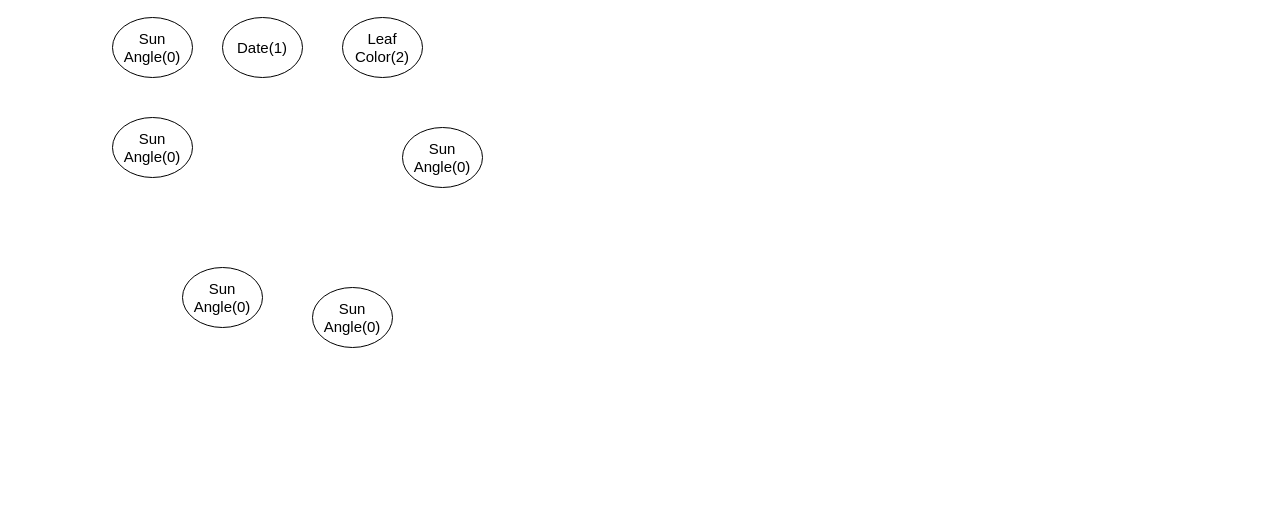
This is prior.drawio from Artemisssm/wscm_vae, a draw.io file, before an edit. Source tidied: cells renumbered, new cells numbered last; positions are measured from the earlier drawing's top-left corner, leaving out a move shared by most shapes. Both pictures are drawn from the tidied source at 100%, with x=0, y=0 at pixel (112, 17).
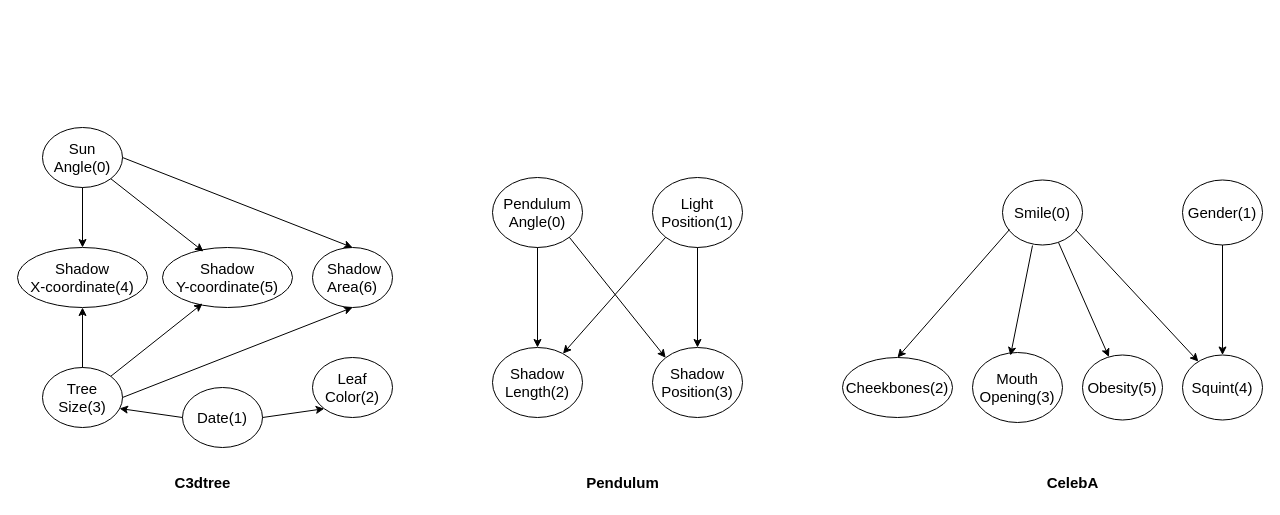
The same diagram, later.

Diff of the diagram source:
```diff
@@
     <mxCell id="2" value="Date(1)" style="ellipse;whiteSpace=wrap;html=1;fontSize=15;" parent="1" vertex="1">
-      <mxGeometry x="110" width="80" height="60" as="geometry" />
+      <mxGeometry x="70" y="370" width="80" height="60" as="geometry" />
     </mxCell>
     <mxCell id="3" value="Sun Angle(0)" style="ellipse;whiteSpace=wrap;html=1;fontSize=15;" parent="1" vertex="1">
-      <mxGeometry width="80" height="60" as="geometry" />
+      <mxGeometry x="-70" y="110" width="80" height="60" as="geometry" />
     </mxCell>
     <mxCell id="4" value="Leaf Color(2)" style="ellipse;whiteSpace=wrap;html=1;fontSize=15;" parent="1" vertex="1">
-      <mxGeometry x="230" width="80" height="60" as="geometry" />
+      <mxGeometry x="200" y="340" width="80" height="60" as="geometry" />
     </mxCell>
-    <mxCell id="5" value="Sun Angle(0)" style="ellipse;whiteSpace=wrap;html=1;fontSize=15;" parent="1" vertex="1">
-      <mxGeometry x="70" y="250" width="80" height="60" as="geometry" />
-    </mxCell>
-    <mxCell id="6" value="Sun Angle(0)" style="ellipse;whiteSpace=wrap;html=1;fontSize=15;" parent="1" vertex="1">
-      <mxGeometry x="290" y="110" width="80" height="60" as="geometry" />
+    <mxCell id="6" value="&lt;div&gt;Shadow&lt;/div&gt;X-coordinate(4)" style="ellipse;whiteSpace=wrap;html=1;fontSize=15;" parent="1" vertex="1">
+      <mxGeometry x="-95" y="230" width="130" height="60" as="geometry" />
     </mxCell>
-    <mxCell id="7" value="Sun Angle(0)" style="ellipse;whiteSpace=wrap;html=1;fontSize=15;" parent="1" vertex="1">
-      <mxGeometry x="200" y="270" width="80" height="60" as="geometry" />
+    <mxCell id="7" value="&amp;nbsp;Shadow Area(6)" style="ellipse;whiteSpace=wrap;html=1;fontSize=15;" parent="1" vertex="1">
+      <mxGeometry x="200" y="230" width="80" height="60" as="geometry" />
     </mxCell>
-    <mxCell id="8" value="Sun Angle(0)" style="ellipse;whiteSpace=wrap;html=1;fontSize=15;" parent="1" vertex="1">
-      <mxGeometry y="100" width="80" height="60" as="geometry" />
+    <mxCell id="8" value="&lt;div&gt;Tree&lt;/div&gt;Size(3)" style="ellipse;whiteSpace=wrap;html=1;fontSize=15;" parent="1" vertex="1">
+      <mxGeometry x="-70" y="350" width="80" height="60" as="geometry" />
     </mxCell>
+    <mxCell id="9" value="&lt;div&gt;Shadow&lt;/div&gt;Y-coordinate(5)" style="ellipse;whiteSpace=wrap;html=1;fontSize=15;" parent="1" vertex="1">
+      <mxGeometry x="50" y="230" width="130" height="60" as="geometry" />
+    </mxCell>
+    <mxCell id="10" style="endArrow=classic;html=1;rounded=0;exitX=0.5;exitY=1;exitDx=0;exitDy=0;entryX=0.5;entryY=0;entryDx=0;entryDy=0;" parent="1" edge="1" source="3" target="6">
+      <mxGeometry relative="1" as="geometry" />
+    </mxCell>
+    <mxCell id="11" style="endArrow=classic;html=1;rounded=0;exitX=1;exitY=1;exitDx=0;exitDy=0;entryX=0.315;entryY=0.067;entryDx=0;entryDy=0;entryPerimeter=0;" parent="1" edge="1" source="3" target="9">
+      <mxGeometry relative="1" as="geometry" />
+    </mxCell>
+    <mxCell id="12" style="endArrow=classic;html=1;rounded=0;exitX=1;exitY=0.5;exitDx=0;exitDy=0;entryX=0.5;entryY=0;entryDx=0;entryDy=0;" parent="1" edge="1" source="3" target="7">
+      <mxGeometry relative="1" as="geometry" />
+    </mxCell>
+    <mxCell id="13" style="endArrow=classic;html=1;rounded=0;exitX=0.5;exitY=0;exitDx=0;exitDy=0;entryX=0.5;entryY=1;entryDx=0;entryDy=0;" parent="1" edge="1" source="8" target="6">
+      <mxGeometry relative="1" as="geometry" />
+    </mxCell>
+    <mxCell id="14" style="endArrow=classic;html=1;rounded=0;exitX=1;exitY=0;exitDx=0;exitDy=0;entryX=0.308;entryY=0.933;entryDx=0;entryDy=0;entryPerimeter=0;" parent="1" edge="1" source="8" target="9">
+      <mxGeometry relative="1" as="geometry" />
+    </mxCell>
+    <mxCell id="15" style="endArrow=classic;html=1;rounded=0;exitX=1;exitY=0.5;exitDx=0;exitDy=0;entryX=0.5;entryY=1;entryDx=0;entryDy=0;" parent="1" edge="1" source="8" target="7">
+      <mxGeometry relative="1" as="geometry" />
+    </mxCell>
+    <mxCell id="16" style="endArrow=classic;html=1;rounded=0;exitX=0;exitY=0.5;exitDx=0;exitDy=0;entryX=0.963;entryY=0.683;entryDx=0;entryDy=0;entryPerimeter=0;" parent="1" edge="1" source="2" target="8">
+      <mxGeometry relative="1" as="geometry" />
+    </mxCell>
+    <mxCell id="17" style="endArrow=classic;html=1;rounded=0;exitX=1;exitY=0.5;exitDx=0;exitDy=0;entryX=0;entryY=1;entryDx=0;entryDy=0;" parent="1" edge="1" source="2" target="4">
+      <mxGeometry relative="1" as="geometry" />
+    </mxCell>
+    <mxCell id="18" value="Pendulum Angle(0)" style="ellipse;whiteSpace=wrap;html=1;fontSize=15;" parent="1" vertex="1">
+      <mxGeometry x="380" y="160" width="90" height="70" as="geometry" />
+    </mxCell>
+    <mxCell id="19" value="Shadow Position(3)" style="ellipse;whiteSpace=wrap;html=1;fontSize=15;" parent="1" vertex="1">
+      <mxGeometry x="540" y="330" width="90" height="70" as="geometry" />
+    </mxCell>
+    <mxCell id="20" value="&lt;div&gt;Light &lt;span style=&quot;background-color: initial;&quot;&gt;Position(1)&lt;/span&gt;&lt;/div&gt;" style="ellipse;whiteSpace=wrap;html=1;fontSize=15;" parent="1" vertex="1">
+      <mxGeometry x="540" y="160" width="90" height="70" as="geometry" />
+    </mxCell>
+    <mxCell id="21" value="Shadow Length(2)" style="ellipse;whiteSpace=wrap;html=1;fontSize=15;" parent="1" vertex="1">
+      <mxGeometry x="380" y="330" width="90" height="70" as="geometry" />
+    </mxCell>
+    <mxCell id="22" style="endArrow=classic;html=1;rounded=0;exitX=0.5;exitY=1;exitDx=0;exitDy=0;entryX=0.5;entryY=0;entryDx=0;entryDy=0;" parent="1" edge="1" source="18" target="21">
+      <mxGeometry relative="1" as="geometry" />
+    </mxCell>
+    <mxCell id="23" style="endArrow=classic;html=1;rounded=0;exitX=1;exitY=1;exitDx=0;exitDy=0;entryX=0;entryY=0;entryDx=0;entryDy=0;" parent="1" edge="1" source="18" target="19">
+      <mxGeometry relative="1" as="geometry" />
+    </mxCell>
+    <mxCell id="24" style="endArrow=classic;html=1;rounded=0;exitX=0;exitY=1;exitDx=0;exitDy=0;" parent="1" edge="1" source="20" target="21">
+      <mxGeometry relative="1" as="geometry" />
+    </mxCell>
+    <mxCell id="25" style="endArrow=classic;html=1;rounded=0;exitX=0.5;exitY=1;exitDx=0;exitDy=0;entryX=0.5;entryY=0;entryDx=0;entryDy=0;" parent="1" edge="1" source="20" target="19">
+      <mxGeometry relative="1" as="geometry" />
+    </mxCell>
+    <mxCell id="26" value="Smile(0)" style="ellipse;whiteSpace=wrap;html=1;fontSize=15;" parent="1" vertex="1">
+      <mxGeometry x="890" y="162.5" width="80" height="65" as="geometry" />
+    </mxCell>
+    <mxCell id="27" value="Obesity(5)" style="ellipse;whiteSpace=wrap;html=1;fontSize=15;" parent="1" vertex="1">
+      <mxGeometry x="970" y="337.5" width="80" height="65" as="geometry" />
+    </mxCell>
+    <mxCell id="28" value="Gender(1)" style="ellipse;whiteSpace=wrap;html=1;fontSize=15;" parent="1" vertex="1">
+      <mxGeometry x="1070" y="162.5" width="80" height="65" as="geometry" />
+    </mxCell>
+    <mxCell id="29" value="Squint(4)" style="ellipse;whiteSpace=wrap;html=1;fontSize=15;" parent="1" vertex="1">
+      <mxGeometry x="1070" y="337.5" width="80" height="65" as="geometry" />
+    </mxCell>
+    <mxCell id="30" value="Cheekbones(2)" style="ellipse;whiteSpace=wrap;html=1;fontSize=15;" parent="1" vertex="1">
+      <mxGeometry x="730" y="340" width="110" height="60" as="geometry" />
+    </mxCell>
+    <mxCell id="31" value="Mouth Opening(3)" style="ellipse;whiteSpace=wrap;html=1;fontSize=15;" parent="1" vertex="1">
+      <mxGeometry x="860" y="335" width="90" height="70" as="geometry" />
+    </mxCell>
+    <mxCell id="32" style="endArrow=classic;html=1;rounded=0;exitX=0.088;exitY=0.762;exitDx=0;exitDy=0;entryX=0.5;entryY=0;entryDx=0;entryDy=0;exitPerimeter=0;" parent="1" edge="1" source="26" target="30">
+      <mxGeometry relative="1" as="geometry" />
+    </mxCell>
+    <mxCell id="33" style="endArrow=classic;html=1;rounded=0;entryX=0.422;entryY=0.043;entryDx=0;entryDy=0;entryPerimeter=0;exitX=0.375;exitY=1.008;exitDx=0;exitDy=0;exitPerimeter=0;" parent="1" edge="1" source="26" target="31">
+      <mxGeometry relative="1" as="geometry" />
+    </mxCell>
+    <mxCell id="34" style="endArrow=classic;html=1;rounded=0;exitX=0.7;exitY=0.962;exitDx=0;exitDy=0;exitPerimeter=0;" parent="1" edge="1" source="26" target="27">
+      <mxGeometry relative="1" as="geometry" />
+    </mxCell>
+    <mxCell id="35" style="endArrow=classic;html=1;rounded=0;exitX=0.913;exitY=0.762;exitDx=0;exitDy=0;exitPerimeter=0;" parent="1" edge="1" source="26" target="29">
+      <mxGeometry relative="1" as="geometry" />
+    </mxCell>
+    <mxCell id="36" style="endArrow=classic;html=1;rounded=0;exitX=0.5;exitY=1;exitDx=0;exitDy=0;entryX=0.5;entryY=0;entryDx=0;entryDy=0;" parent="1" edge="1" source="28" target="29">
+      <mxGeometry relative="1" as="geometry" />
+    </mxCell>
+    <mxCell id="37" value="C3dtree" style="text;html=1;align=center;verticalAlign=middle;strokeColor=none;fillColor=none;fontSize=15;fontStyle=1;" parent="1" vertex="1">
+      <mxGeometry x="50" y="450" width="80" height="30" as="geometry" />
+    </mxCell>
+    <mxCell id="38" value="Pendulum" style="text;html=1;align=center;verticalAlign=middle;strokeColor=none;fillColor=none;fontSize=15;fontStyle=1;" parent="1" vertex="1">
+      <mxGeometry x="460" y="450" width="100" height="30" as="geometry" />
+    </mxCell>
+    <mxCell id="39" value="CelebA" style="text;html=1;align=center;verticalAlign=middle;strokeColor=none;fillColor=none;fontSize=15;fontStyle=1;" parent="1" vertex="1">
+      <mxGeometry x="920" y="450" width="80" height="30" as="geometry" />
+    </mxCell>
```
